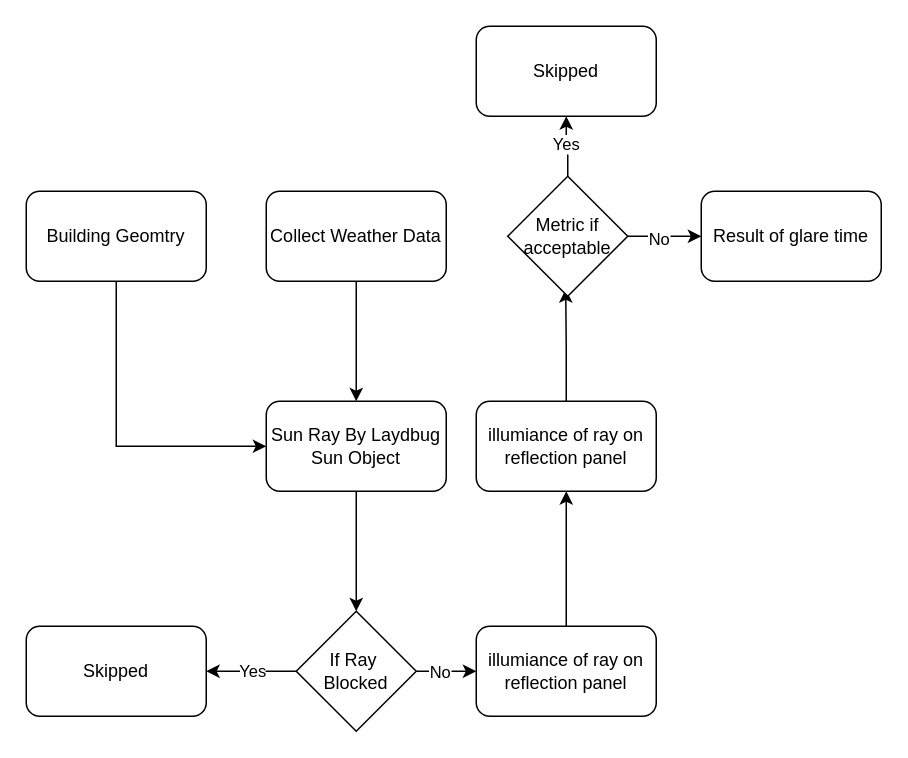
This is glare_simulation_process.drawio from gaochaowyq/MinderGraph, a draw.io file, before an edit. Source tidied: cells renumbered, new cells numbered last; positions are measured from the earlier drawing's top-left corner, leaving out a move shared by most shapes. Both pictures are drawn from the tidied source at 150%, with x=0, y=0 at pixel (26, 26).
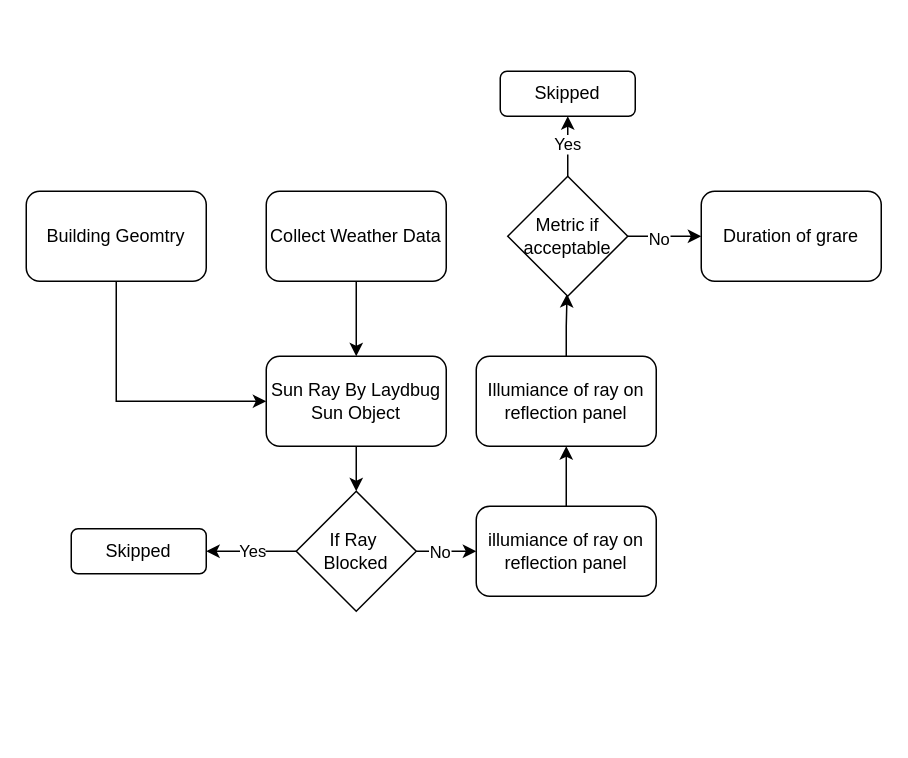
Above is the later version.

Unchanged cells that the change refers to:
```xml
<mxCell id="20" value="Metric if acceptable" style="rhombus;whiteSpace=wrap;html=1;" parent="1" vertex="1">
  <mxGeometry x="321" y="100" width="80" height="80" as="geometry" />
</mxCell>
```

Change to the diagram source:
```diff
@@
     <mxCell id="5" value="Sun Ray By Laydbug Sun Object" style="rounded=1;whiteSpace=wrap;html=1;" parent="1" vertex="1">
-      <mxGeometry x="160" y="250" width="120" height="60" as="geometry" />
+      <mxGeometry x="160" y="220" width="120" height="60" as="geometry" />
     </mxCell>
@@
     <mxCell id="10" value="&lt;div&gt;If Ray&amp;nbsp;&lt;/div&gt;&lt;div&gt;Blocked&lt;/div&gt;" style="rhombus;whiteSpace=wrap;html=1;" parent="1" vertex="1">
-      <mxGeometry x="180" y="390" width="80" height="80" as="geometry" />
+      <mxGeometry x="180" y="310" width="80" height="80" as="geometry" />
     </mxCell>
     <mxCell id="11" value="Skipped" style="rounded=1;whiteSpace=wrap;html=1;" parent="1" vertex="1">
-      <mxGeometry y="400" width="120" height="60" as="geometry" />
+      <mxGeometry x="30" y="335" width="90" height="30" as="geometry" />
     </mxCell>
@@
     <mxCell id="13" value="illumiance of ray on reflection panel" style="rounded=1;whiteSpace=wrap;html=1;" parent="1" vertex="1">
-      <mxGeometry x="300" y="400" width="120" height="60" as="geometry" />
+      <mxGeometry x="300" y="320" width="120" height="60" as="geometry" />
     </mxCell>
-    <mxCell id="14" style="edgeStyle=orthogonalEdgeStyle;rounded=0;jettySize=auto;html=1;entryX=0.483;entryY=0.941;entryDx=0;entryDy=0;entryPerimeter=0;" parent="1" edge="1" source="15" target="20">
+    <mxCell id="14" style="edgeStyle=orthogonalEdgeStyle;rounded=0;jettySize=auto;html=1;entryX=0.494;entryY=0.981;entryDx=0;entryDy=0;entryPerimeter=0;" parent="1" edge="1" source="15" target="20">
       <mxGeometry relative="1" as="geometry" />
     </mxCell>
-    <mxCell id="15" value="illumiance of ray on reflection panel" style="rounded=1;whiteSpace=wrap;html=1;" parent="1" vertex="1">
-      <mxGeometry x="300" y="250" width="120" height="60" as="geometry" />
+    <mxCell id="15" value="Illumiance of ray on reflection panel" style="rounded=1;whiteSpace=wrap;html=1;" parent="1" vertex="1">
+      <mxGeometry x="300" y="220" width="120" height="60" as="geometry" />
     </mxCell>
@@
-    <mxCell id="21" value="Result of glare time" style="rounded=1;whiteSpace=wrap;html=1;" parent="1" vertex="1">
+    <mxCell id="21" value="Duration of grare" style="rounded=1;whiteSpace=wrap;html=1;" parent="1" vertex="1">
       <mxGeometry x="450" y="110" width="120" height="60" as="geometry" />
     </mxCell>
     <mxCell id="22" value="Skipped" style="rounded=1;whiteSpace=wrap;html=1;" parent="1" vertex="1">
-      <mxGeometry x="300" width="120" height="60" as="geometry" />
+      <mxGeometry x="316" y="30" width="90" height="30" as="geometry" />
     </mxCell>
```
